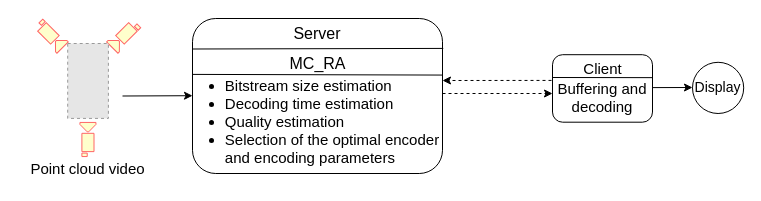
mahendra49/draw-io keeps this draw.io diagram as MC_RA.drawio. Above is the earlier version. Source tidied: cells renumbered, new cells numbered last; positions are measured from the earlier drawing's top-left corner, leaving out a move shared by most shapes. Both pictures are drawn from the tidied source at 100%, with x=0, y=0 at pixel (17, 18). Pictures stored in the file or linked from it are replaced by grey dashed boxes.
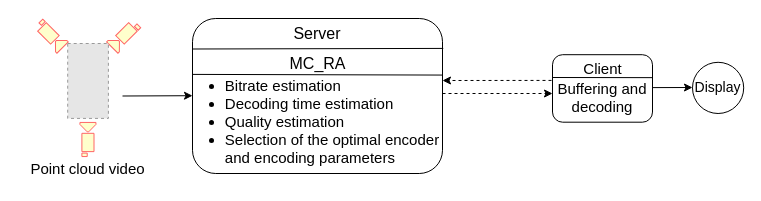
The same page after the edit.

The edit, as a diff of the source:
```diff
@@
-    <mxCell id="10" value="&lt;div style=&quot;border: 0px; font-variant-numeric: inherit; font-variant-east-asian: inherit; font-variant-alternates: inherit; font-stretch: inherit; line-height: inherit; font-family: Calibri, Arial, Helvetica, sans-serif; font-optical-sizing: inherit; font-kerning: inherit; font-feature-settings: inherit; font-variation-settings: inherit; margin: 0px; padding: 0px; vertical-align: baseline; text-align: start; font-size: 15px;&quot;&gt;&lt;ul&gt;&lt;li&gt;Bitstream size estimation&lt;/li&gt;&lt;li&gt;Decoding time estimation&lt;/li&gt;&lt;li&gt;Quality estimation&lt;/li&gt;&lt;li&gt;Selection of the optimal encoder &lt;br&gt;and encoding parameters&lt;/li&gt;&lt;/ul&gt;&lt;/div&gt;" style="text;html=1;strokeColor=none;fillColor=none;align=center;verticalAlign=middle;whiteSpace=wrap;rounded=0;" parent="1" vertex="1">
+    <mxCell id="10" value="&lt;div style=&quot;border: 0px; font-variant-numeric: inherit; font-variant-east-asian: inherit; font-variant-alternates: inherit; font-stretch: inherit; line-height: inherit; font-family: Calibri, Arial, Helvetica, sans-serif; font-optical-sizing: inherit; font-kerning: inherit; font-feature-settings: inherit; font-variation-settings: inherit; margin: 0px; padding: 0px; vertical-align: baseline; text-align: start; font-size: 15px;&quot;&gt;&lt;ul&gt;&lt;li&gt;Bitrate estimation&lt;/li&gt;&lt;li&gt;Decoding time estimation&lt;/li&gt;&lt;li&gt;Quality estimation&lt;/li&gt;&lt;li&gt;Selection of the optimal encoder &lt;br&gt;and encoding parameters&lt;/li&gt;&lt;/ul&gt;&lt;/div&gt;" style="text;html=1;strokeColor=none;fillColor=none;align=center;verticalAlign=middle;whiteSpace=wrap;rounded=0;" parent="1" vertex="1">
       <mxGeometry x="135" y="55" width="320" height="95" as="geometry" />
     </mxCell>
```
